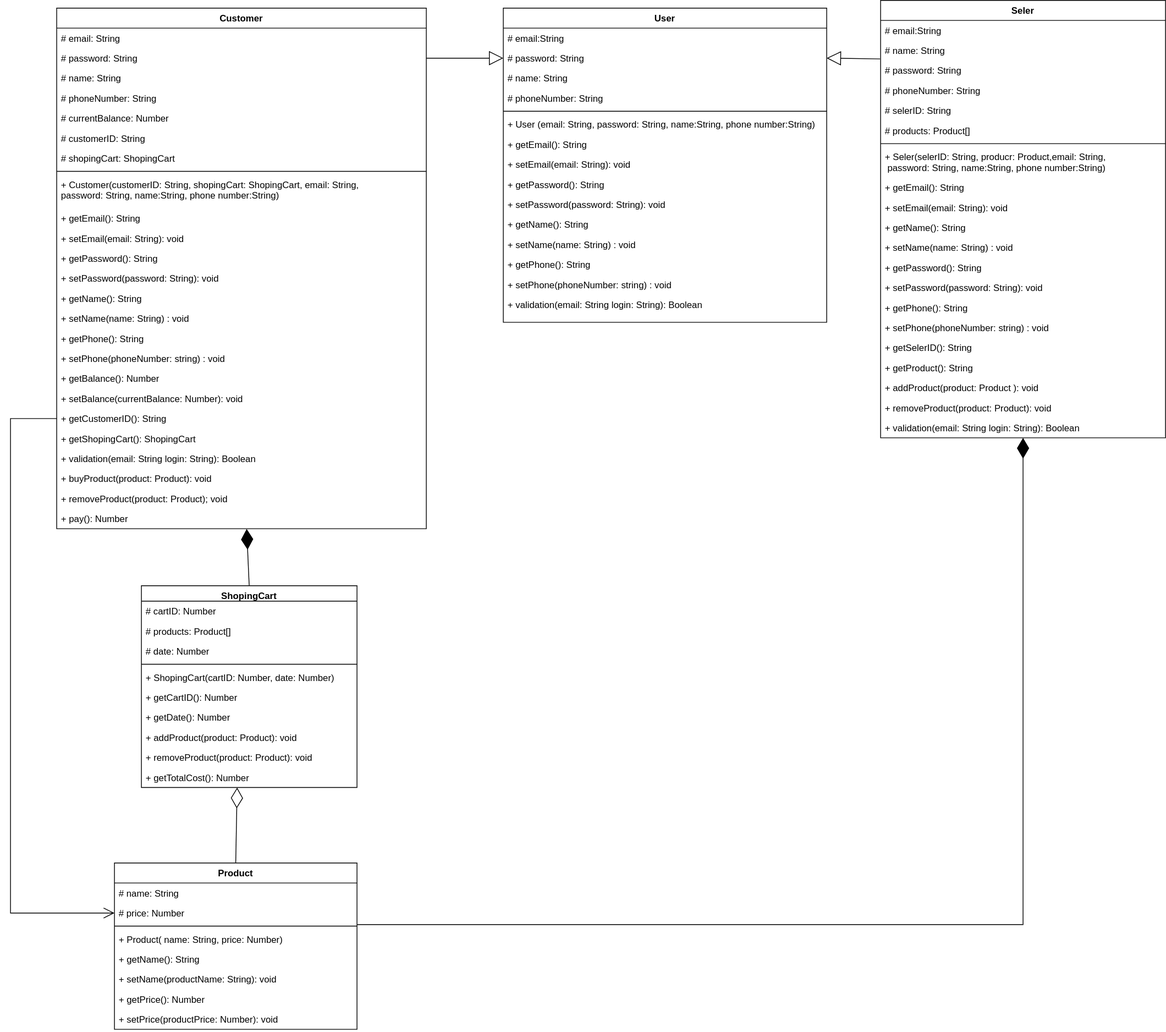
Earlier version of the draw.io export Untitled Diagram.drawio.svg (artemhoriuk1994/CV). Source tidied: cells renumbered, new cells last; positions are measured from the earlier drawing's top-left corner, leaving out a move shared by most shapes.
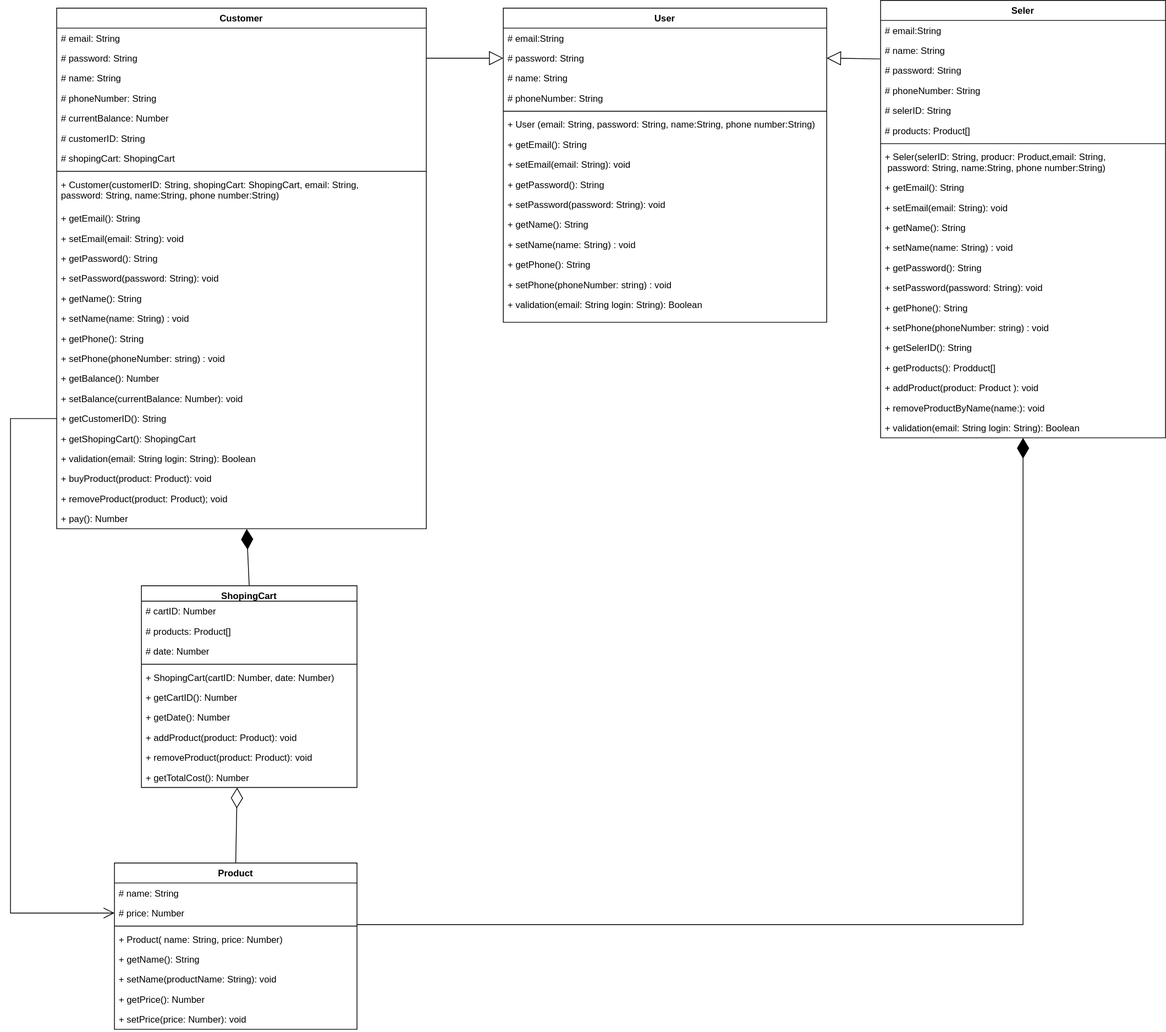
The same diagram one commit later.

The edit, as a diff of the source:
```diff
@@ -152,7 +152,7 @@
     <mxCell id="51" value="+ getPrice(): Number" style="text;strokeColor=none;fillColor=none;align=left;verticalAlign=top;spacingLeft=4;spacingRight=4;overflow=hidden;" parent="44" vertex="1">
       <mxGeometry y="164" width="315" height="26" as="geometry" />
     </mxCell>
-    <mxCell id="52" value="+ setPrice(productPrice: Number): void" style="text;strokeColor=none;fillColor=none;align=left;verticalAlign=top;spacingLeft=4;spacingRight=4;overflow=hidden;" parent="44" vertex="1">
+    <mxCell id="52" value="+ setPrice(price: Number): void" style="text;strokeColor=none;fillColor=none;align=left;verticalAlign=top;spacingLeft=4;spacingRight=4;overflow=hidden;" parent="44" vertex="1">
       <mxGeometry y="190" width="315" height="26" as="geometry" />
     </mxCell>
     <mxCell id="53" value="Seler" style="swimlane;fontStyle=1;align=center;verticalAlign=top;horizontal=1;startSize=26;" parent="1" vertex="1">
@@ -209,13 +209,13 @@
     <mxCell id="70" value="+ getSelerID(): String" style="text;strokeColor=none;fillColor=none;align=left;verticalAlign=top;spacingLeft=4;spacingRight=4;overflow=hidden;" parent="53" vertex="1">
       <mxGeometry y="438" width="370" height="26" as="geometry" />
     </mxCell>
-    <mxCell id="71" value="+ getProduct(): String" style="text;strokeColor=none;fillColor=none;align=left;verticalAlign=top;spacingLeft=4;spacingRight=4;overflow=hidden;" parent="53" vertex="1">
+    <mxCell id="71" value="+ getProducts(): Prodduct[] " style="text;strokeColor=none;fillColor=none;align=left;verticalAlign=top;spacingLeft=4;spacingRight=4;overflow=hidden;" parent="53" vertex="1">
       <mxGeometry y="464" width="370" height="26" as="geometry" />
     </mxCell>
     <mxCell id="72" value="+ addProduct(product: Product ): void" style="text;strokeColor=none;fillColor=none;align=left;verticalAlign=top;spacingLeft=4;spacingRight=4;overflow=hidden;" parent="53" vertex="1">
       <mxGeometry y="490" width="370" height="26" as="geometry" />
     </mxCell>
-    <mxCell id="73" value="+ removeProduct(product: Product): void" style="text;strokeColor=none;fillColor=none;align=left;verticalAlign=top;spacingLeft=4;spacingRight=4;overflow=hidden;" parent="53" vertex="1">
+    <mxCell id="73" value="+ removeProductByName(name:): void" style="text;strokeColor=none;fillColor=none;align=left;verticalAlign=top;spacingLeft=4;spacingRight=4;overflow=hidden;" parent="53" vertex="1">
       <mxGeometry y="516" width="370" height="26" as="geometry" />
     </mxCell>
     <mxCell id="74" value="+ validation(email: String login: String): Boolean" style="text;strokeColor=none;fillColor=none;align=left;verticalAlign=top;spacingLeft=4;spacingRight=4;overflow=hidden;points=[[0,0.5],[1,0.5]];portConstraint=eastwest;" parent="53" vertex="1">
```
